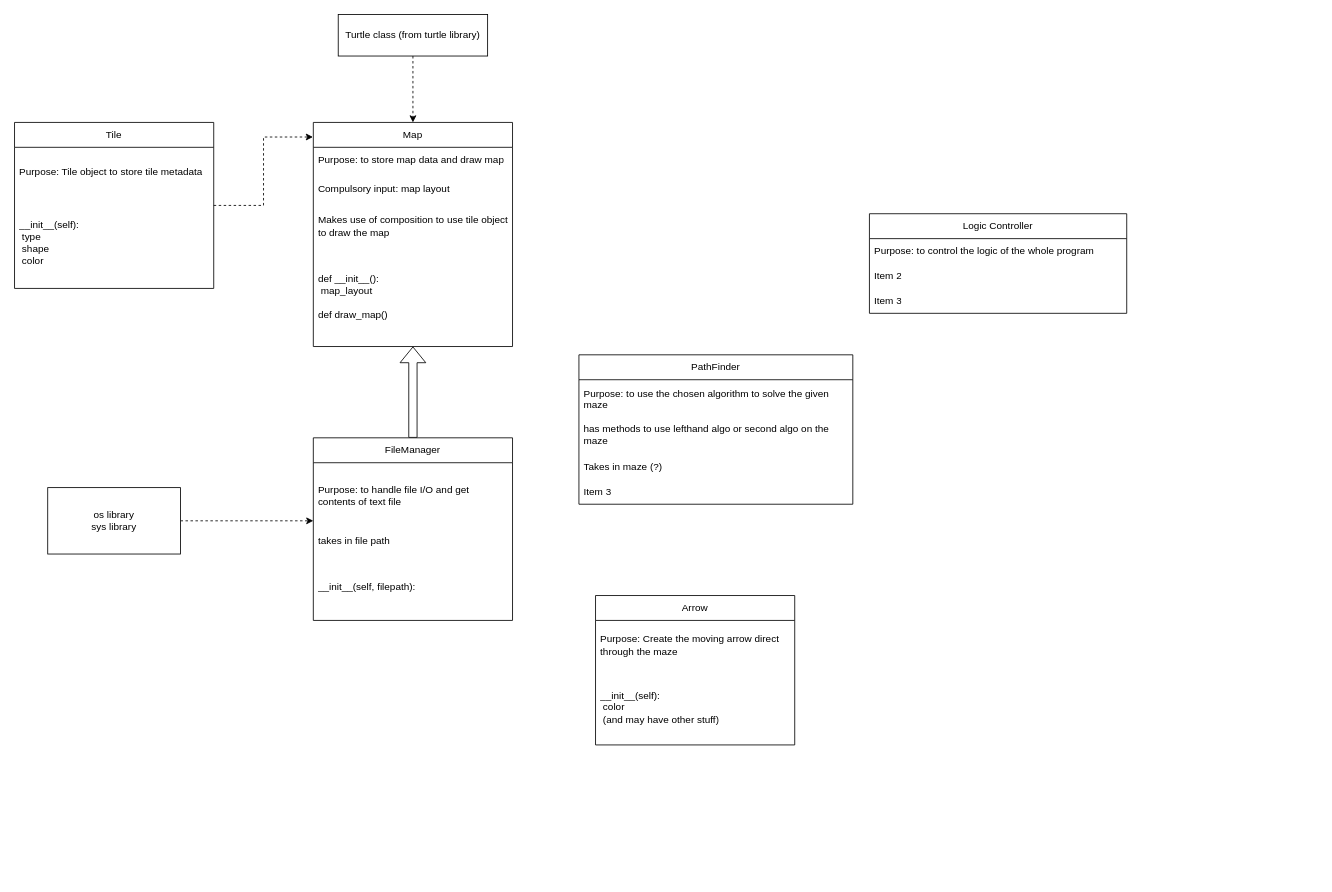
junnjiee16/ST1507-DSAA-Maze-Solver keeps this draw.io diagram as page "Class Design" (1 of 3) of diagrams/program_diagrams.drawio. Above is the earlier version. Source tidied: cells renumbered, new cells numbered last; positions are measured from the earlier drawing's top-left corner, leaving out a move shared by most shapes. Both pictures are drawn from the tidied source at 83%, with x=0, y=0 at pixel (14, 14).
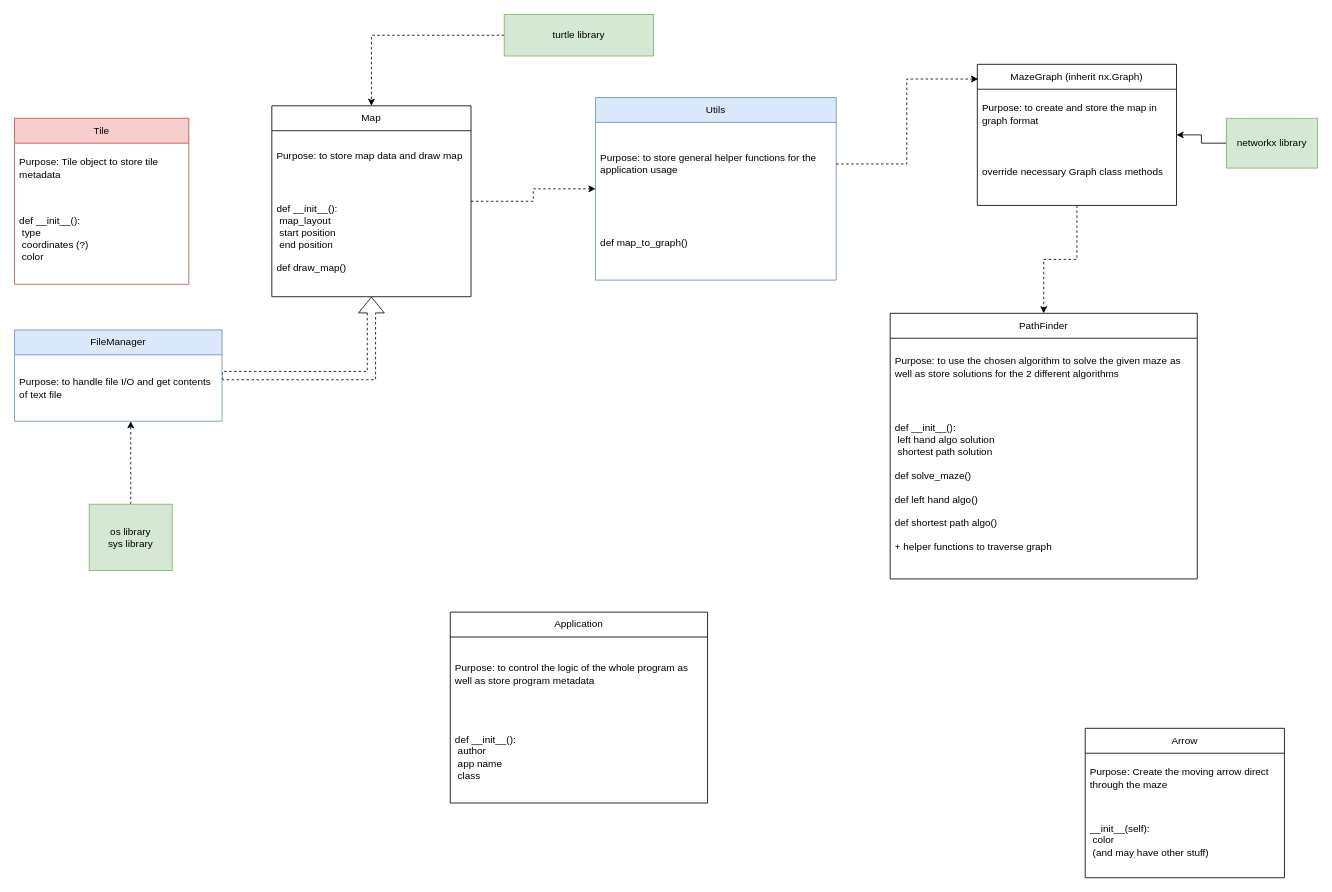
Above is the later version.

The edit, as a diff of the source:
```diff
@@
-    <mxCell id="2" style="edgeStyle=orthogonalEdgeStyle;rounded=0;jettySize=auto;html=1;entryX=-0.002;entryY=0.065;entryDx=0;entryDy=0;entryPerimeter=0;dashed=1;" parent="1" edge="1" source="3" target="11">
-      <mxGeometry relative="1" as="geometry" />
-    </mxCell>
-    <mxCell id="3" value="Tile" style="swimlane;fontStyle=0;horizontal=1;startSize=30;whiteSpace=wrap;html=1;" parent="1" vertex="1">
-      <mxGeometry y="130" width="240" height="200" as="geometry" />
+    <mxCell id="3" value="Tile" style="swimlane;fontStyle=0;horizontal=1;startSize=30;whiteSpace=wrap;html=1;fillColor=#f8cecc;strokeColor=#b85450;" parent="1" vertex="1">
+      <mxGeometry y="125" width="210" height="200" as="geometry" />
     </mxCell>
     <mxCell id="4" value="Purpose: Tile object to store tile metadata" style="text;strokeColor=none;fillColor=none;align=left;verticalAlign=middle;spacingLeft=4;spacingRight=4;overflow=hidden;whiteSpace=wrap;html=1;" parent="3" vertex="1">
-      <mxGeometry y="30" width="240" height="60" as="geometry" />
+      <mxGeometry y="30" width="210" height="60" as="geometry" />
     </mxCell>
-    <mxCell id="5" value="__init__(self):&lt;br&gt;&lt;span style=&quot;white-space: pre;&quot;&gt; &lt;/span&gt;type&lt;br&gt;&lt;span style=&quot;white-space: pre;&quot;&gt; &lt;/span&gt;shape&lt;br&gt;&lt;span style=&quot;white-space: pre;&quot;&gt; color&lt;/span&gt;" style="text;strokeColor=none;fillColor=none;align=left;verticalAlign=middle;spacingLeft=4;spacingRight=4;overflow=hidden;whiteSpace=wrap;html=1;" parent="3" vertex="1">
-      <mxGeometry y="90" width="240" height="110" as="geometry" />
+    <mxCell id="5" value="def __init__():&lt;br&gt;&lt;span style=&quot;white-space: pre;&quot;&gt; &lt;/span&gt;type&lt;br&gt;&lt;span style=&quot;white-space: pre;&quot;&gt;&lt;span style=&quot;white-space: pre;&quot;&gt; &lt;/span&gt;coordinates (?)&lt;/span&gt;&lt;br&gt;&lt;span style=&quot;white-space: pre;&quot;&gt;&lt;span style=&quot;white-space: pre;&quot;&gt; &lt;/span&gt;color&lt;/span&gt;" style="text;strokeColor=none;fillColor=none;align=left;verticalAlign=middle;spacingLeft=4;spacingRight=4;overflow=hidden;whiteSpace=wrap;html=1;" parent="3" vertex="1">
+      <mxGeometry y="90" width="210" height="110" as="geometry" />
     </mxCell>
@@
-    <mxCell id="7" value="Turtle class (from turtle library)" style="rounded=0;whiteSpace=wrap;html=1;" parent="1" vertex="1">
-      <mxGeometry x="390" width="180" height="50" as="geometry" />
+    <mxCell id="7" value="turtle library" style="rounded=0;whiteSpace=wrap;html=1;fillColor=#d5e8d4;strokeColor=#82b366;" parent="1" vertex="1">
+      <mxGeometry x="590" width="180" height="50" as="geometry" />
     </mxCell>
     <mxCell id="8" value="Arrow" style="swimlane;fontStyle=0;horizontal=1;startSize=30;whiteSpace=wrap;html=1;" parent="1" vertex="1">
-      <mxGeometry x="700" y="700" width="240" height="180" as="geometry" />
+      <mxGeometry x="1290" y="860" width="240" height="180" as="geometry" />
     </mxCell>
@@
+    <mxCell id="31" style="edgeStyle=orthogonalEdgeStyle;rounded=0;jettySize=auto;html=1;dashed=1;" parent="1" edge="1" source="11" target="38">
+      <mxGeometry relative="1" as="geometry" />
+    </mxCell>
     <mxCell id="11" value="Map" style="swimlane;fontStyle=0;horizontal=1;startSize=30;whiteSpace=wrap;html=1;" parent="1" vertex="1">
-      <mxGeometry x="360" y="130" width="240" height="270" as="geometry" />
+      <mxGeometry x="310" y="110" width="240" height="230" as="geometry" />
     </mxCell>
     <mxCell id="12" value="Purpose: to store map data and draw map" style="text;strokeColor=none;fillColor=none;align=left;verticalAlign=middle;spacingLeft=4;spacingRight=4;overflow=hidden;whiteSpace=wrap;html=1;" parent="11" vertex="1">
-      <mxGeometry y="30" width="240" height="30" as="geometry" />
+      <mxGeometry y="30" width="240" height="60" as="geometry" />
     </mxCell>
-    <mxCell id="13" value="Compulsory input: map layout" style="text;strokeColor=none;fillColor=none;align=left;verticalAlign=middle;spacingLeft=4;spacingRight=4;overflow=hidden;whiteSpace=wrap;html=1;" parent="11" vertex="1">
-      <mxGeometry y="60" width="240" height="40" as="geometry" />
-    </mxCell>
-    <mxCell id="14" value="Makes use of composition to use tile object to draw the map" style="text;strokeColor=none;fillColor=none;align=left;verticalAlign=middle;spacingLeft=4;spacingRight=4;overflow=hidden;whiteSpace=wrap;html=1;" parent="11" vertex="1">
-      <mxGeometry y="100" width="240" height="50" as="geometry" />
-    </mxCell>
-    <mxCell id="15" value="def __init__():&lt;br&gt;&lt;span style=&quot;white-space: pre;&quot;&gt; &lt;/span&gt;map_layout&lt;br&gt;&lt;br&gt;def draw_map()" style="text;strokeColor=none;fillColor=none;align=left;verticalAlign=middle;spacingLeft=4;spacingRight=4;overflow=hidden;whiteSpace=wrap;html=1;" parent="11" vertex="1">
-      <mxGeometry y="150" width="240" height="120" as="geometry" />
+    <mxCell id="15" value="def __init__():&lt;br&gt;&lt;span style=&quot;white-space: pre;&quot;&gt; &lt;/span&gt;map_layout&lt;br&gt;&lt;span style=&quot;white-space: pre;&quot;&gt; &lt;/span&gt;start position&lt;br&gt;&lt;span style=&quot;white-space: pre;&quot;&gt; &lt;/span&gt;end position&lt;br&gt;&lt;br&gt;def draw_map()" style="text;strokeColor=none;fillColor=none;align=left;verticalAlign=middle;spacingLeft=4;spacingRight=4;overflow=hidden;whiteSpace=wrap;html=1;" parent="11" vertex="1">
+      <mxGeometry y="90" width="240" height="140" as="geometry" />
     </mxCell>
-    <mxCell id="16" style="edgeStyle=orthogonalEdgeStyle;rounded=0;jettySize=auto;html=1;shape=flexArrow;" parent="1" edge="1" source="17" target="11">
-      <mxGeometry relative="1" as="geometry">
-        <Array as="points">
-          <mxPoint x="410" y="690" />
-        </Array>
-      </mxGeometry>
+    <mxCell id="16" style="edgeStyle=orthogonalEdgeStyle;rounded=0;jettySize=auto;html=1;dashed=1;shape=flexArrow;" parent="1" edge="1" source="17" target="11">
+      <mxGeometry relative="1" as="geometry" />
     </mxCell>
-    <mxCell id="17" value="FileManager" style="swimlane;fontStyle=0;horizontal=1;startSize=30;whiteSpace=wrap;html=1;" parent="1" vertex="1">
-      <mxGeometry x="360" y="510" width="240" height="220" as="geometry" />
+    <mxCell id="17" value="FileManager" style="swimlane;fontStyle=0;horizontal=1;startSize=30;whiteSpace=wrap;html=1;fillColor=#dae8fc;strokeColor=#6c8ebf;" parent="1" vertex="1">
+      <mxGeometry y="380" width="250" height="110" as="geometry" />
     </mxCell>
     <mxCell id="18" value="Purpose: to handle file I/O and get contents of text file" style="text;strokeColor=none;fillColor=none;align=left;verticalAlign=middle;spacingLeft=4;spacingRight=4;overflow=hidden;whiteSpace=wrap;html=1;" parent="17" vertex="1">
-      <mxGeometry y="30" width="240" height="80" as="geometry" />
+      <mxGeometry y="30" width="250" height="80" as="geometry" />
     </mxCell>
-    <mxCell id="19" value="takes in file path" style="text;strokeColor=none;fillColor=none;align=left;verticalAlign=middle;spacingLeft=4;spacingRight=4;overflow=hidden;whiteSpace=wrap;html=1;" parent="17" vertex="1">
-      <mxGeometry y="110" width="240" height="30" as="geometry" />
-    </mxCell>
-    <mxCell id="20" value="__init__(self, filepath):&lt;br&gt;" style="text;strokeColor=none;fillColor=none;align=left;verticalAlign=middle;spacingLeft=4;spacingRight=4;overflow=hidden;whiteSpace=wrap;html=1;" parent="17" vertex="1">
-      <mxGeometry y="140" width="240" height="80" as="geometry" />
-    </mxCell>
     <mxCell id="21" value="PathFinder" style="swimlane;fontStyle=0;horizontal=1;startSize=30;whiteSpace=wrap;html=1;" parent="1" vertex="1">
-      <mxGeometry x="680" y="410" width="330" height="180" as="geometry" />
+      <mxGeometry x="1055" y="360" width="370" height="320" as="geometry" />
     </mxCell>
-    <mxCell id="22" value="Purpose: to use the chosen algorithm to solve the given maze&lt;br&gt;&lt;br&gt;has methods to use lefthand algo or second algo on the maze" style="text;strokeColor=none;fillColor=none;align=left;verticalAlign=middle;spacingLeft=4;spacingRight=4;overflow=hidden;whiteSpace=wrap;html=1;" parent="21" vertex="1">
-      <mxGeometry y="30" width="330" height="90" as="geometry" />
+    <mxCell id="22" value="Purpose: to use the chosen algorithm to solve the given maze as well as store solutions for the 2 different algorithms" style="text;strokeColor=none;fillColor=none;align=left;verticalAlign=middle;spacingLeft=4;spacingRight=4;overflow=hidden;whiteSpace=wrap;html=1;" parent="21" vertex="1">
+      <mxGeometry y="30" width="370" height="70" as="geometry" />
     </mxCell>
-    <mxCell id="23" value="Takes in maze (?)" style="text;strokeColor=none;fillColor=none;align=left;verticalAlign=middle;spacingLeft=4;spacingRight=4;overflow=hidden;whiteSpace=wrap;html=1;" parent="21" vertex="1">
-      <mxGeometry y="120" width="330" height="30" as="geometry" />
-    </mxCell>
-    <mxCell id="24" value="Item 3" style="text;strokeColor=none;fillColor=none;align=left;verticalAlign=middle;spacingLeft=4;spacingRight=4;overflow=hidden;whiteSpace=wrap;html=1;" parent="21" vertex="1">
-      <mxGeometry y="150" width="330" height="30" as="geometry" />
+    <mxCell id="24" value="def __init__():&lt;br&gt;&lt;span style=&quot;white-space: pre;&quot;&gt;&lt;span style=&quot;white-space: pre;&quot;&gt; &lt;/span&gt;left hand algo solution&lt;br/&gt;&lt;span style=&quot;white-space: pre;&quot;&gt; &lt;/span&gt;shortest path solution&lt;br/&gt;&lt;br/&gt;def solve_maze()&lt;br/&gt;&lt;br/&gt;def left hand algo()&lt;br/&gt;&lt;br/&gt;def shortest path algo()&lt;br/&gt;&lt;br/&gt;+ helper functions to traverse graph &lt;/span&gt;" style="text;strokeColor=none;fillColor=none;align=left;verticalAlign=middle;spacingLeft=4;spacingRight=4;overflow=hidden;whiteSpace=wrap;html=1;" parent="21" vertex="1">
+      <mxGeometry y="100" width="370" height="220" as="geometry" />
     </mxCell>
-    <mxCell id="25" value="Logic Controller" style="swimlane;fontStyle=0;horizontal=1;startSize=30;whiteSpace=wrap;html=1;" parent="1" vertex="1">
-      <mxGeometry x="1030" y="240" width="310" height="120" as="geometry" />
+    <mxCell id="25" value="Application" style="swimlane;fontStyle=0;horizontal=1;startSize=30;whiteSpace=wrap;html=1;" parent="1" vertex="1">
+      <mxGeometry x="525" y="720" width="310" height="230" as="geometry" />
     </mxCell>
-    <mxCell id="26" value="Purpose: to control the logic of the whole program" style="text;strokeColor=none;fillColor=none;align=left;verticalAlign=middle;spacingLeft=4;spacingRight=4;overflow=hidden;whiteSpace=wrap;html=1;" parent="25" vertex="1">
-      <mxGeometry y="30" width="310" height="30" as="geometry" />
+    <mxCell id="26" value="Purpose: to control the logic of the whole program as well as store program metadata" style="text;strokeColor=none;fillColor=none;align=left;verticalAlign=middle;spacingLeft=4;spacingRight=4;overflow=hidden;whiteSpace=wrap;html=1;" parent="25" vertex="1">
+      <mxGeometry y="30" width="310" height="90" as="geometry" />
     </mxCell>
-    <mxCell id="27" value="Item 2" style="text;strokeColor=none;fillColor=none;align=left;verticalAlign=middle;spacingLeft=4;spacingRight=4;overflow=hidden;whiteSpace=wrap;html=1;" parent="25" vertex="1">
-      <mxGeometry y="60" width="310" height="30" as="geometry" />
-    </mxCell>
-    <mxCell id="28" value="Item 3" style="text;strokeColor=none;fillColor=none;align=left;verticalAlign=middle;spacingLeft=4;spacingRight=4;overflow=hidden;whiteSpace=wrap;html=1;" parent="25" vertex="1">
-      <mxGeometry y="90" width="310" height="30" as="geometry" />
+    <mxCell id="28" value="def __init__():&lt;br&gt;&lt;span style=&quot;white-space: pre;&quot;&gt; &lt;/span&gt;author&lt;br&gt;&lt;span style=&quot;white-space: pre;&quot;&gt; &lt;/span&gt;app name&lt;br&gt;&lt;span style=&quot;white-space: pre;&quot;&gt; &lt;/span&gt;class" style="text;strokeColor=none;fillColor=none;align=left;verticalAlign=middle;spacingLeft=4;spacingRight=4;overflow=hidden;whiteSpace=wrap;html=1;" parent="25" vertex="1">
+      <mxGeometry y="120" width="310" height="110" as="geometry" />
     </mxCell>
     <mxCell id="29" style="edgeStyle=orthogonalEdgeStyle;rounded=0;jettySize=auto;html=1;dashed=1;" parent="1" edge="1" source="30" target="17">
       <mxGeometry relative="1" as="geometry">
         <Array as="points">
-          <mxPoint x="300" y="610" />
-          <mxPoint x="300" y="610" />
+          <mxPoint x="140" y="540" />
+          <mxPoint x="140" y="540" />
         </Array>
       </mxGeometry>
     </mxCell>
-    <mxCell id="30" value="os library&lt;br&gt;sys library" style="rounded=0;whiteSpace=wrap;html=1;" parent="1" vertex="1">
-      <mxGeometry x="40" y="570" width="160" height="80" as="geometry" />
+    <mxCell id="30" value="os library&lt;br&gt;sys library" style="rounded=0;whiteSpace=wrap;html=1;fillColor=#d5e8d4;strokeColor=#82b366;" parent="1" vertex="1">
+      <mxGeometry x="90" y="590" width="100" height="80" as="geometry" />
     </mxCell>
+    <mxCell id="32" style="edgeStyle=orthogonalEdgeStyle;rounded=0;jettySize=auto;html=1;dashed=1;" parent="1" edge="1" source="33" target="21">
+      <mxGeometry relative="1" as="geometry" />
+    </mxCell>
+    <mxCell id="33" value="MazeGraph (inherit nx.Graph)" style="swimlane;fontStyle=0;horizontal=1;startSize=30;whiteSpace=wrap;html=1;" parent="1" vertex="1">
+      <mxGeometry x="1160" y="60" width="240" height="170" as="geometry" />
+    </mxCell>
+    <mxCell id="34" value="Purpose: to create and store the map in graph format" style="text;strokeColor=none;fillColor=none;align=left;verticalAlign=middle;spacingLeft=4;spacingRight=4;overflow=hidden;whiteSpace=wrap;html=1;" parent="33" vertex="1">
+      <mxGeometry y="30" width="240" height="60" as="geometry" />
+    </mxCell>
+    <mxCell id="35" value="override necessary Graph class methods" style="text;strokeColor=none;fillColor=none;align=left;verticalAlign=middle;spacingLeft=4;spacingRight=4;overflow=hidden;whiteSpace=wrap;html=1;" parent="33" vertex="1">
+      <mxGeometry y="90" width="240" height="80" as="geometry" />
+    </mxCell>
+    <mxCell id="36" style="edgeStyle=orthogonalEdgeStyle;rounded=0;jettySize=auto;html=1;" parent="1" edge="1" source="37" target="33">
+      <mxGeometry relative="1" as="geometry" />
+    </mxCell>
+    <mxCell id="37" value="networkx library" style="rounded=0;whiteSpace=wrap;html=1;fillColor=#d5e8d4;strokeColor=#82b366;" parent="1" vertex="1">
+      <mxGeometry x="1460" y="125" width="110" height="60" as="geometry" />
+    </mxCell>
+    <mxCell id="38" value="Utils" style="swimlane;fontStyle=0;horizontal=1;startSize=30;whiteSpace=wrap;html=1;fillColor=#dae8fc;strokeColor=#6c8ebf;" parent="1" vertex="1">
+      <mxGeometry x="700" y="100" width="290" height="220" as="geometry" />
+    </mxCell>
+    <mxCell id="39" value="Purpose: to store general helper functions for the application usage" style="text;strokeColor=none;fillColor=none;align=left;verticalAlign=middle;spacingLeft=4;spacingRight=4;overflow=hidden;points=[[0,0.5],[1,0.5]];portConstraint=eastwest;whiteSpace=wrap;html=1;" parent="38" vertex="1">
+      <mxGeometry y="30" width="290" height="100" as="geometry" />
+    </mxCell>
+    <mxCell id="40" value="def map_to_graph()" style="text;strokeColor=none;fillColor=none;align=left;verticalAlign=middle;spacingLeft=4;spacingRight=4;overflow=hidden;whiteSpace=wrap;html=1;" parent="38" vertex="1">
+      <mxGeometry y="130" width="290" height="90" as="geometry" />
+    </mxCell>
+    <mxCell id="41" style="edgeStyle=orthogonalEdgeStyle;rounded=0;jettySize=auto;html=1;entryX=0.004;entryY=0.104;entryDx=0;entryDy=0;entryPerimeter=0;dashed=1;" parent="1" edge="1" source="39" target="33">
+      <mxGeometry relative="1" as="geometry" />
+    </mxCell>
```
